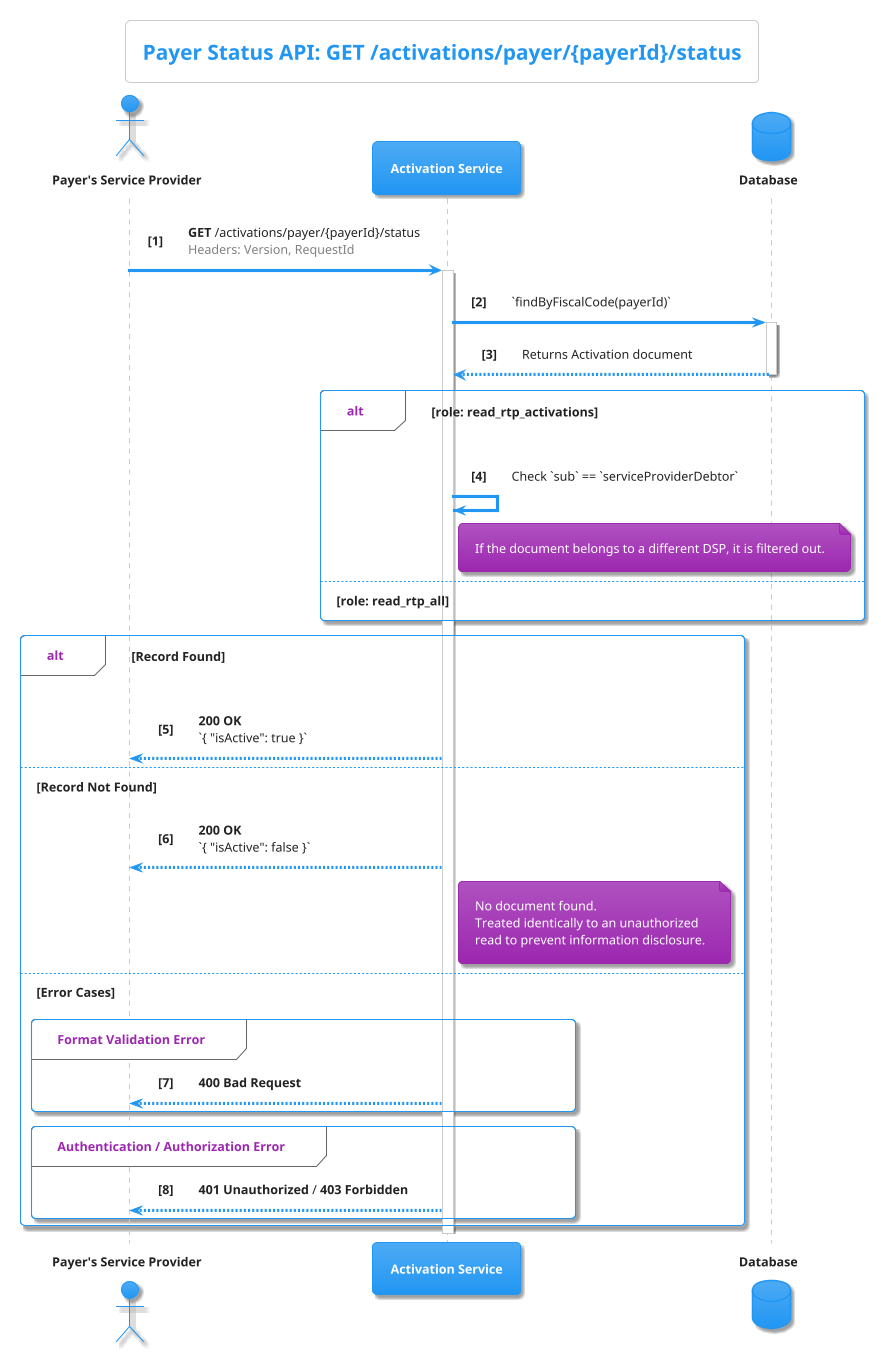
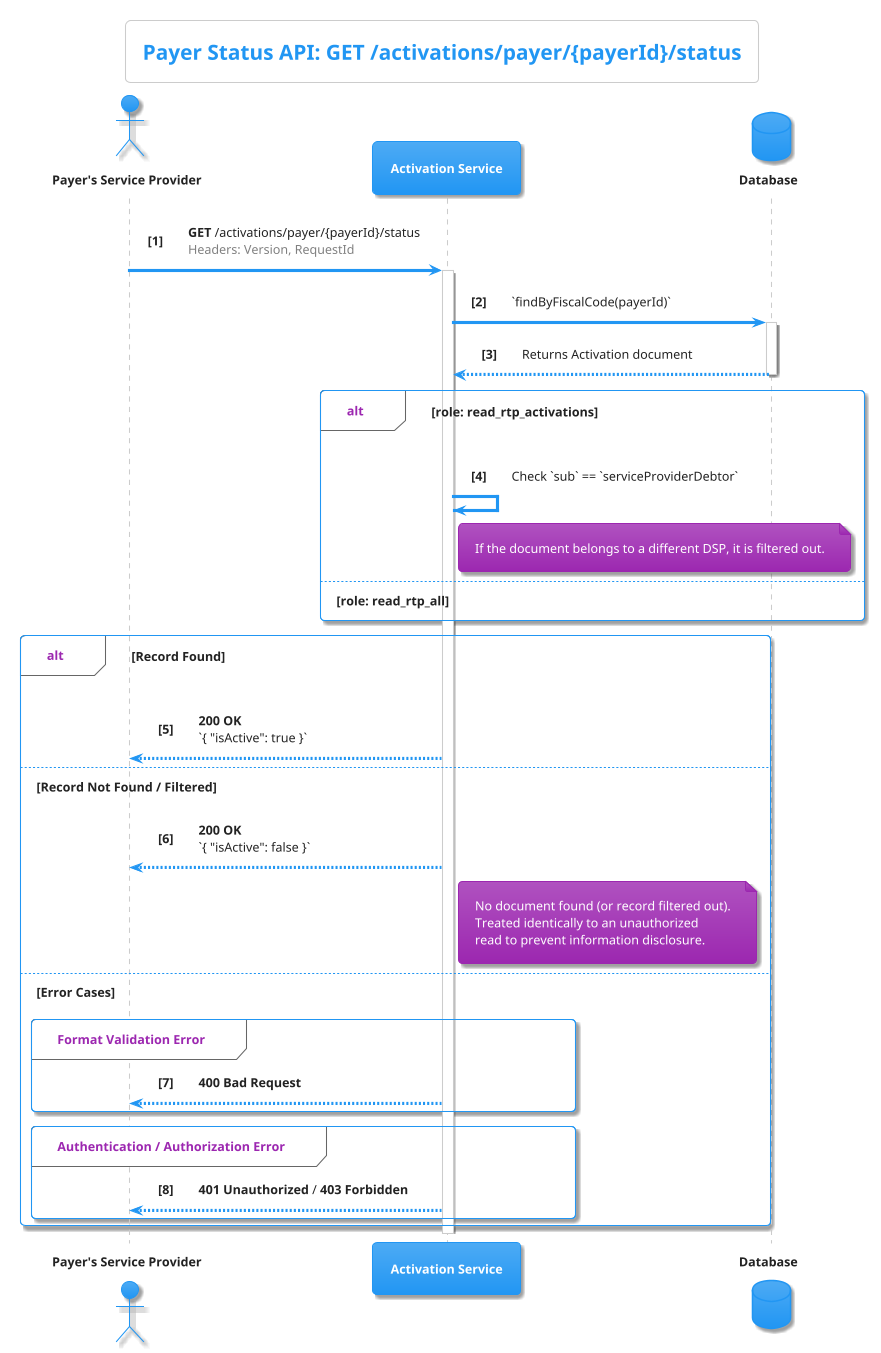
' PlantUML Diagram for RTP Payer Active Status API
' Title: Payer Active Status Check Sequence Diagram
' Version: 1.0.0

@startuml
!theme materia

skinparam SequenceBoxBackgroundColor white
skinparam backgroundColor white

title Payer Status API: GET /activations/payer/{payerId}/status

actor "**Payer's Service Provider**" as DSP
participant "**Activation Service**" as AS
database "**Database**" as DB

autonumber "<b>[0]"

DSP -> AS: **GET** /activations/payer/{payerId}/status\n<font color=gray>Headers: Version, RequestId</font>
activate AS

AS -> DB: `findByFiscalCode(payerId)`
activate DB
DB --> AS: Returns Activation document
deactivate DB

alt **role: read_rtp_activations**

    AS -> AS: Check `sub` == `serviceProviderDebtor`
    note right of AS: If the document belongs to a different DSP, it is filtered out.

else **role: read_rtp_all**

end

alt **Record Found**

    AS --> DSP: **200 OK**\n`{ "isActive": true }`


- else **Record Not Found**
+ else **Record Not Found / Filtered**

    AS --> DSP: **200 OK**\n`{ "isActive": false }`
-     note right of AS: No document found.\nTreated identically to an unauthorized\nread to prevent information disclosure.
+     note right of AS: No document found (or record filtered out).\nTreated identically to an unauthorized\nread to prevent information disclosure.


else **Error Cases**

    group Format Validation Error
        AS --> DSP: **400 Bad Request**
    end group

    group Authentication / Authorization Error
        AS --> DSP: **401 Unauthorized** / **403 Forbidden**
    end group

end

deactivate AS

@enduml